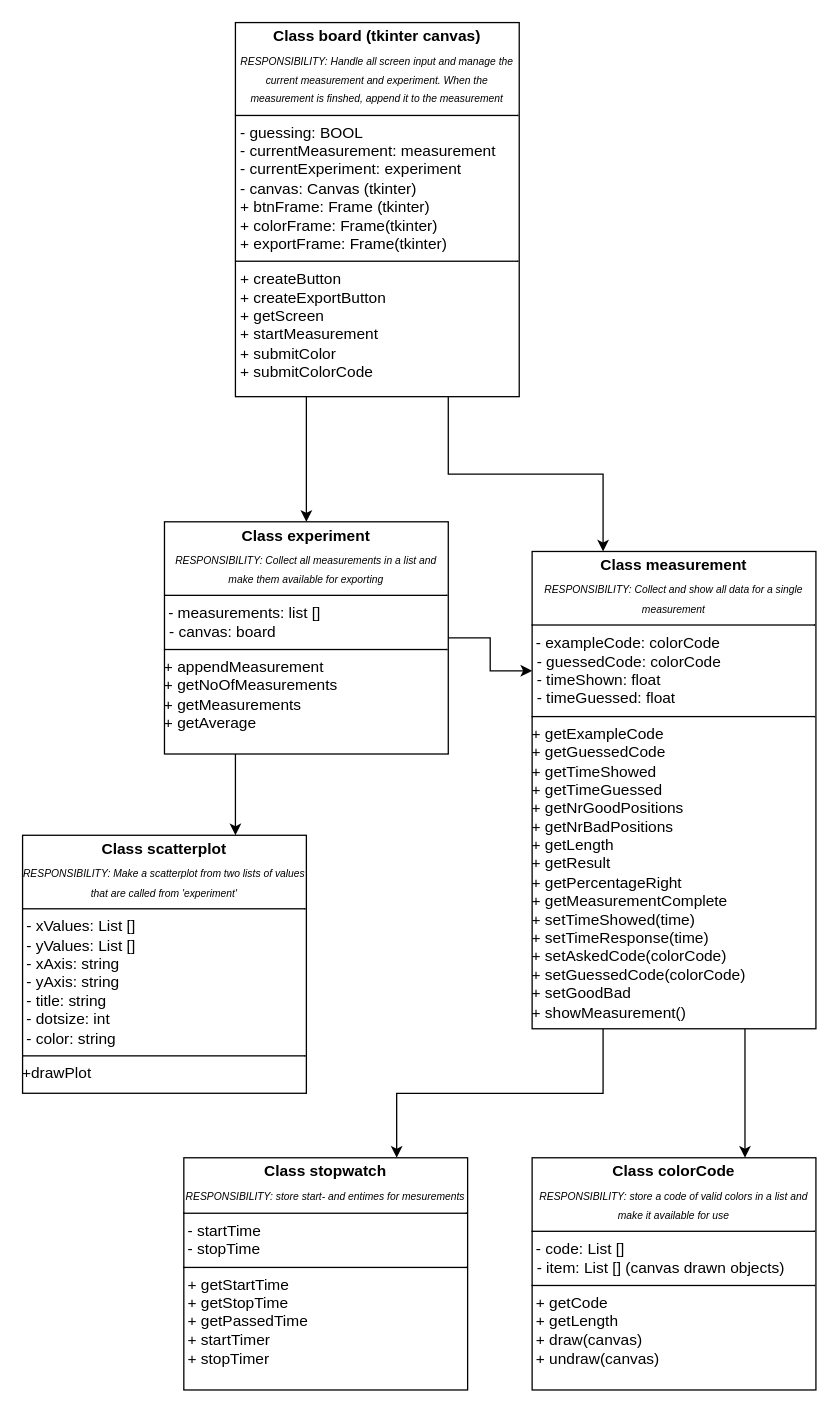
This is Class diagram for ColorCoder.drawio from hartrocker/ColorCoder, a draw.io file, before an edit. Source tidied: cells renumbered, new cells numbered last; positions are measured from the earlier drawing's top-left corner, leaving out a move shared by most shapes. Both pictures are drawn from the tidied source at 129%, with x=0, y=0 at pixel (22, 22).
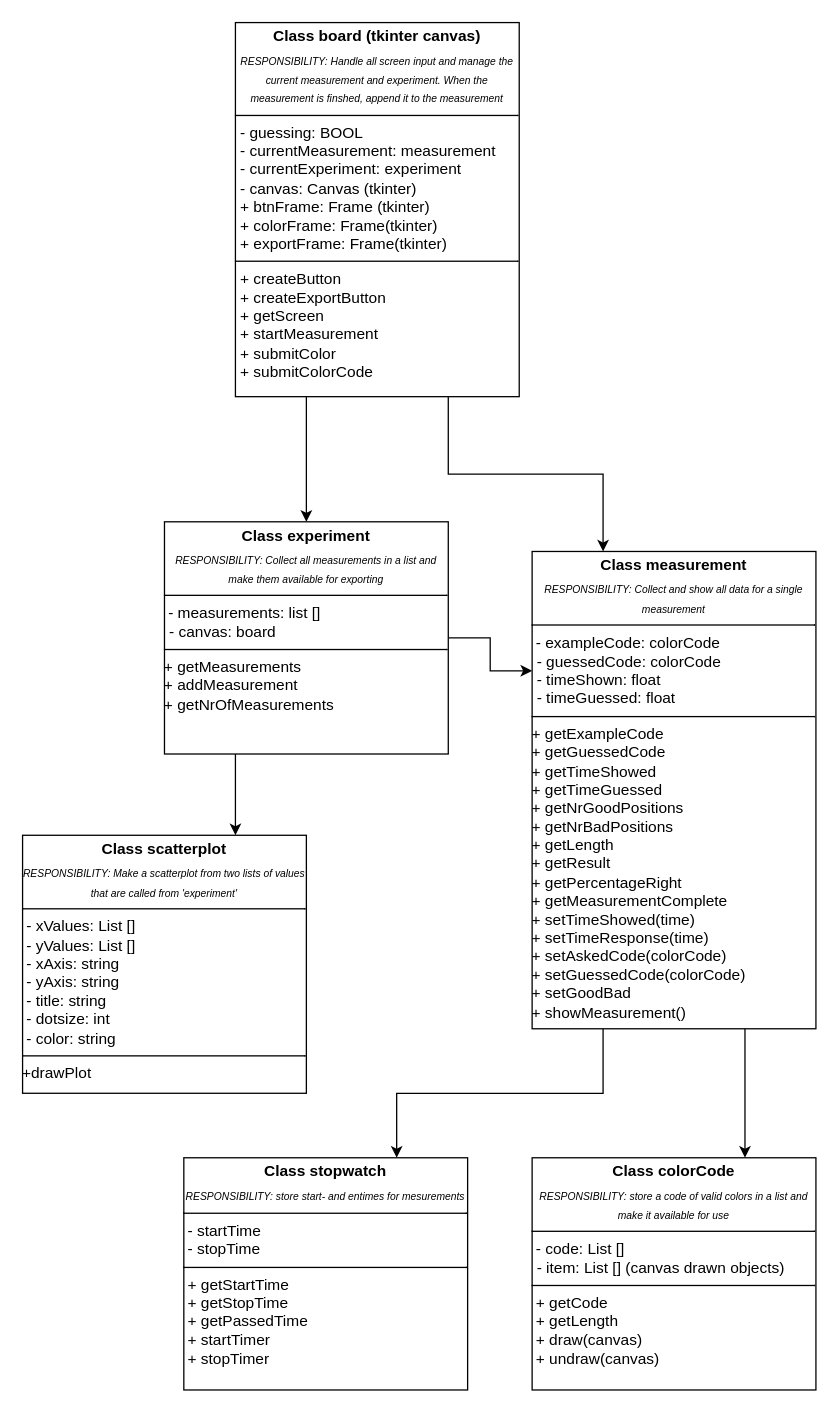
The same diagram, later.

Commit message:
Updating experiment class

Diff of the diagram source:
```diff
@@
 <mxGraphModel>
   <root>
     <mxCell id="0" />
     <mxCell id="1" parent="0" />
     <mxCell id="2" style="edgeStyle=orthogonalEdgeStyle;rounded=0;jettySize=auto;html=1;exitX=0.25;exitY=1;exitDx=0;exitDy=0;" parent="1" edge="1" source="3" target="6">
       <mxGeometry relative="1" as="geometry" />
     </mxCell>
     <mxCell id="3" value="&lt;p style=&quot;margin:0px;margin-top:4px;text-align:center;&quot;&gt;&lt;b&gt;Class board (tkinter canvas)&lt;/b&gt;&lt;/p&gt;&lt;p style=&quot;margin:0px;margin-top:4px;text-align:center;&quot;&gt;&lt;i&gt;&lt;font style=&quot;font-size: 8px;&quot;&gt;RESPONSIBILITY: Handle all screen input and manage the current measurement and experiment. When the measurement is finshed, append it to the measurement&lt;/font&gt;&lt;/i&gt;&lt;/p&gt;&lt;hr size=&quot;1&quot; style=&quot;border-style:solid;&quot;&gt;&lt;p style=&quot;margin:0px;margin-left:4px;&quot;&gt;- guessing: BOOL&lt;/p&gt;&lt;p style=&quot;margin:0px;margin-left:4px;&quot;&gt;- currentMeasurement: measurement&lt;/p&gt;&lt;p style=&quot;margin:0px;margin-left:4px;&quot;&gt;- currentExperiment: experiment&lt;/p&gt;&lt;p style=&quot;margin:0px;margin-left:4px;&quot;&gt;- canvas: Canvas (tkinter)&lt;/p&gt;&lt;p style=&quot;margin:0px;margin-left:4px;&quot;&gt;+ btnFrame: Frame (tkinter)&lt;/p&gt;&lt;p style=&quot;margin:0px;margin-left:4px;&quot;&gt;+ colorFrame: Frame(tkinter)&lt;/p&gt;&lt;p style=&quot;margin:0px;margin-left:4px;&quot;&gt;+ exportFrame: Frame(tkinter)&lt;/p&gt;&lt;hr size=&quot;1&quot; style=&quot;border-style:solid;&quot;&gt;&lt;p style=&quot;margin:0px;margin-left:4px;&quot;&gt;+ createButton&lt;/p&gt;&lt;p style=&quot;margin:0px;margin-left:4px;&quot;&gt;+ createExportButton&lt;/p&gt;&lt;p style=&quot;margin:0px;margin-left:4px;&quot;&gt;+ getScreen&lt;/p&gt;&lt;p style=&quot;margin:0px;margin-left:4px;&quot;&gt;+ startMeasurement&lt;/p&gt;&lt;p style=&quot;margin:0px;margin-left:4px;&quot;&gt;+ submitColor&lt;/p&gt;&lt;p style=&quot;margin:0px;margin-left:4px;&quot;&gt;+ submitColorCode&lt;/p&gt;" style="verticalAlign=top;align=left;overflow=fill;html=1;whiteSpace=wrap;" parent="1" vertex="1">
       <mxGeometry x="165" width="220" height="290" as="geometry" />
     </mxCell>
     <mxCell id="4" style="edgeStyle=orthogonalEdgeStyle;rounded=0;jettySize=auto;html=1;exitX=1;exitY=0.5;exitDx=0;exitDy=0;entryX=0;entryY=0.25;entryDx=0;entryDy=0;" parent="1" edge="1" source="6" target="9">
       <mxGeometry relative="1" as="geometry" />
     </mxCell>
     <mxCell id="5" style="edgeStyle=orthogonalEdgeStyle;rounded=0;jettySize=auto;html=1;exitX=0.25;exitY=1;exitDx=0;exitDy=0;entryX=0.75;entryY=0;entryDx=0;entryDy=0;" parent="1" edge="1" source="6" target="10">
       <mxGeometry relative="1" as="geometry" />
     </mxCell>
-    <mxCell id="6" value="&lt;p style=&quot;margin:0px;margin-top:4px;text-align:center;&quot;&gt;&lt;b&gt;Class experiment&lt;/b&gt;&lt;/p&gt;&lt;p style=&quot;margin:0px;margin-top:4px;text-align:center;&quot;&gt;&lt;i&gt;&lt;font style=&quot;font-size: 8px;&quot;&gt;RESPONSIBILITY: Collect all measurements in a list and make them available for exporting&lt;/font&gt;&lt;/i&gt;&lt;/p&gt;&lt;hr size=&quot;1&quot; style=&quot;border-style:solid;&quot;&gt;&amp;nbsp;- measurements: list []&lt;p style=&quot;margin:0px;margin-left:4px;&quot;&gt;- canvas: board&lt;/p&gt;&lt;hr size=&quot;1&quot; style=&quot;border-style:solid;&quot;&gt;&lt;div&gt;+ appendMeasurement&lt;/div&gt;&lt;div&gt;+ getNoOfMeasurements&lt;/div&gt;&lt;div&gt;+ getMeasurements&lt;/div&gt;&lt;div&gt;+ getAverage&lt;/div&gt;" style="verticalAlign=top;align=left;overflow=fill;html=1;whiteSpace=wrap;" parent="1" vertex="1">
+    <mxCell id="6" value="&lt;p style=&quot;margin:0px;margin-top:4px;text-align:center;&quot;&gt;&lt;b&gt;Class experiment&lt;/b&gt;&lt;/p&gt;&lt;p style=&quot;margin:0px;margin-top:4px;text-align:center;&quot;&gt;&lt;i&gt;&lt;font style=&quot;font-size: 8px;&quot;&gt;RESPONSIBILITY: Collect all measurements in a list and make them available for exporting&lt;/font&gt;&lt;/i&gt;&lt;/p&gt;&lt;hr size=&quot;1&quot; style=&quot;border-style:solid;&quot;&gt;&amp;nbsp;- measurements: list []&lt;p style=&quot;margin:0px;margin-left:4px;&quot;&gt;- canvas: board&lt;/p&gt;&lt;hr size=&quot;1&quot; style=&quot;border-style:solid;&quot;&gt;&lt;div&gt;+ getMeasurements&amp;nbsp;&lt;/div&gt;&lt;div&gt;+ addMeasurement&lt;/div&gt;&lt;div&gt;+ getNrOfMeasurements&lt;/div&gt;" style="verticalAlign=top;align=left;overflow=fill;html=1;whiteSpace=wrap;" parent="1" vertex="1">
       <mxGeometry x="110" y="387" width="220" height="180" as="geometry" />
     </mxCell>
     <mxCell id="7" style="edgeStyle=orthogonalEdgeStyle;rounded=0;jettySize=auto;html=1;exitX=0.75;exitY=1;exitDx=0;exitDy=0;entryX=0.75;entryY=0;entryDx=0;entryDy=0;" parent="1" edge="1" source="9" target="11">
       <mxGeometry relative="1" as="geometry" />
     </mxCell>
     <mxCell id="8" style="edgeStyle=orthogonalEdgeStyle;rounded=0;jettySize=auto;html=1;exitX=0.25;exitY=1;exitDx=0;exitDy=0;entryX=0.75;entryY=0;entryDx=0;entryDy=0;" parent="1" edge="1" source="9" target="12">
       <mxGeometry relative="1" as="geometry" />
     </mxCell>
     <mxCell id="9" value="&lt;p style=&quot;margin:0px;margin-top:4px;text-align:center;&quot;&gt;&lt;b&gt;Class measurement&lt;/b&gt;&lt;/p&gt;&lt;p style=&quot;margin:0px;margin-top:4px;text-align:center;&quot;&gt;&lt;i&gt;&lt;font style=&quot;font-size: 8px;&quot;&gt;RESPONSIBILITY: Collect and show all data for a single measurement&lt;/font&gt;&lt;/i&gt;&lt;/p&gt;&lt;hr size=&quot;1&quot; style=&quot;border-style:solid;&quot;&gt;&amp;nbsp;- exampleCode: colorCode&lt;p style=&quot;margin:0px;margin-left:4px;&quot;&gt;- guessedCode: colorCode&lt;/p&gt;&lt;p style=&quot;margin:0px;margin-left:4px;&quot;&gt;- timeShown: float&lt;/p&gt;&lt;p style=&quot;margin:0px;margin-left:4px;&quot;&gt;- timeGuessed: float&lt;/p&gt;&lt;hr size=&quot;1&quot; style=&quot;border-style:solid;&quot;&gt;&lt;div&gt;+ getExampleCode&lt;/div&gt;&lt;div&gt;+ getGuessedCode&lt;/div&gt;&lt;div&gt;+ getTimeShowed&lt;/div&gt;&lt;div&gt;+ getTimeGuessed&lt;/div&gt;&lt;div&gt;+ getNrGoodPositions&lt;/div&gt;&lt;div&gt;+ getNrBadPositions&lt;/div&gt;&lt;div&gt;+ getLength&lt;/div&gt;&lt;div&gt;+ getResult&lt;/div&gt;&lt;div&gt;+ getPercentageRight&lt;/div&gt;&lt;div&gt;+ getMeasurementComplete&lt;/div&gt;&lt;div&gt;+ setTimeShowed(time)&lt;/div&gt;&lt;div&gt;+ setTimeResponse(time)&lt;/div&gt;&lt;div&gt;+ setAskedCode(colorCode)&lt;/div&gt;&lt;div&gt;+ setGuessedCode(colorCode)&lt;/div&gt;&lt;div&gt;+ setGoodBad&lt;/div&gt;&lt;div&gt;+ showMeasurement()&lt;/div&gt;&lt;div&gt;&lt;br&gt;&lt;/div&gt;" style="verticalAlign=top;align=left;overflow=fill;html=1;whiteSpace=wrap;" parent="1" vertex="1">
       <mxGeometry x="395" y="410" width="220" height="370" as="geometry" />
     </mxCell>
     <mxCell id="10" value="&lt;p style=&quot;margin:0px;margin-top:4px;text-align:center;&quot;&gt;&lt;b&gt;Class scatterplot&lt;/b&gt;&lt;/p&gt;&lt;p style=&quot;margin:0px;margin-top:4px;text-align:center;&quot;&gt;&lt;i&gt;&lt;font style=&quot;font-size: 8px;&quot;&gt;RESPONSIBILITY: Make a scatterplot from two lists of values that are called from 'experiment'&lt;/font&gt;&lt;/i&gt;&lt;/p&gt;&lt;hr size=&quot;1&quot; style=&quot;border-style:solid;&quot;&gt;&lt;div&gt;&amp;nbsp;- xValues: List []&lt;/div&gt;&lt;div&gt;&amp;nbsp;- yValues: List []&lt;/div&gt;&lt;div&gt;&amp;nbsp;- xAxis: string&lt;/div&gt;&lt;div&gt;&amp;nbsp;- yAxis: string&lt;/div&gt;&lt;div&gt;&amp;nbsp;- title: string&lt;/div&gt;&lt;div&gt;&amp;nbsp;- dotsize: int&lt;/div&gt;&lt;div&gt;&amp;nbsp;- color: string&lt;/div&gt;&lt;hr size=&quot;1&quot; style=&quot;border-style:solid;&quot;&gt;&lt;div&gt;+drawPlot&lt;/div&gt;" style="verticalAlign=top;align=left;overflow=fill;html=1;whiteSpace=wrap;" parent="1" vertex="1">
       <mxGeometry y="630" width="220" height="200" as="geometry" />
     </mxCell>
     <mxCell id="11" value="&lt;p style=&quot;margin:0px;margin-top:4px;text-align:center;&quot;&gt;&lt;b&gt;Class colorCode&lt;/b&gt;&lt;/p&gt;&lt;p style=&quot;margin:0px;margin-top:4px;text-align:center;&quot;&gt;&lt;i&gt;&lt;font style=&quot;font-size: 8px;&quot;&gt;RESPONSIBILITY: store a code of valid colors in a list and make it available for use&lt;/font&gt;&lt;/i&gt;&lt;/p&gt;&lt;hr size=&quot;1&quot; style=&quot;border-style:solid;&quot;&gt;&amp;nbsp;- code: List []&lt;p style=&quot;margin:0px;margin-left:4px;&quot;&gt;- item: List [] (canvas drawn objects)&lt;/p&gt;&lt;hr size=&quot;1&quot; style=&quot;border-style:solid;&quot;&gt;&lt;div&gt;&amp;nbsp;+ getCode&lt;/div&gt;&lt;div&gt;&amp;nbsp;+ getLength&lt;/div&gt;&lt;div&gt;&amp;nbsp;+ draw(canvas)&lt;/div&gt;&lt;div&gt;&amp;nbsp;+ undraw(canvas)&lt;/div&gt;" style="verticalAlign=top;align=left;overflow=fill;html=1;whiteSpace=wrap;" parent="1" vertex="1">
       <mxGeometry x="395" y="880" width="220" height="180" as="geometry" />
     </mxCell>
     <mxCell id="12" value="&lt;p style=&quot;margin:0px;margin-top:4px;text-align:center;&quot;&gt;&lt;b&gt;Class stopwatch&lt;/b&gt;&lt;/p&gt;&lt;p style=&quot;margin:0px;margin-top:4px;text-align:center;&quot;&gt;&lt;i&gt;&lt;font style=&quot;font-size: 8px;&quot;&gt;RESPONSIBILITY: store start- and entimes for mesurements&lt;/font&gt;&lt;/i&gt;&lt;/p&gt;&lt;hr size=&quot;1&quot; style=&quot;border-style:solid;&quot;&gt;&lt;div&gt;&amp;nbsp;- startTime&lt;/div&gt;&lt;div&gt;&amp;nbsp;- stopTime&lt;/div&gt;&lt;hr size=&quot;1&quot; style=&quot;border-style:solid;&quot;&gt;&lt;div&gt;&amp;nbsp;+ getStartTime&lt;/div&gt;&lt;div&gt;&amp;nbsp;+ getStopTime&lt;/div&gt;&lt;div&gt;&amp;nbsp;+ getPassedTime&lt;/div&gt;&lt;div&gt;&amp;nbsp;+ startTimer&lt;/div&gt;&lt;div&gt;&amp;nbsp;+ stopTimer&lt;/div&gt;" style="verticalAlign=top;align=left;overflow=fill;html=1;whiteSpace=wrap;" parent="1" vertex="1">
       <mxGeometry x="125" y="880" width="220" height="180" as="geometry" />
     </mxCell>
     <mxCell id="13" style="edgeStyle=orthogonalEdgeStyle;rounded=0;jettySize=auto;html=1;exitX=0.75;exitY=1;exitDx=0;exitDy=0;entryX=0.25;entryY=0;entryDx=0;entryDy=0;" parent="1" edge="1" source="3" target="9">
       <mxGeometry x="0.06" relative="1" as="geometry" />
     </mxCell>
   </root>
 </mxGraphModel>
```
